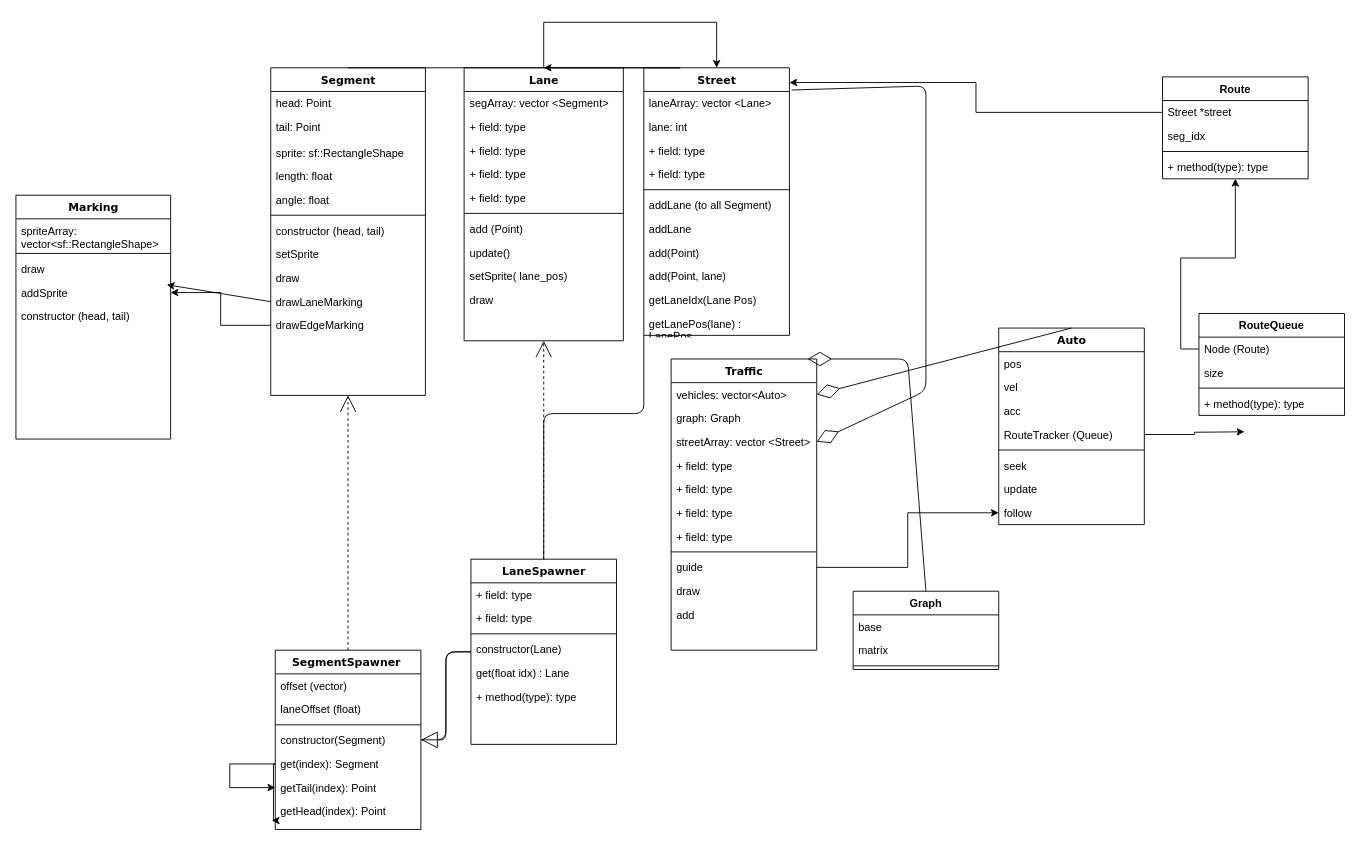
doubletran/Traffic-Simulation keeps this draw.io diagram as diagram.drawio. Above is the earlier version. Source tidied: cells renumbered, new cells numbered last; positions are measured from the earlier drawing's top-left corner, leaving out a move shared by most shapes. Both pictures are drawn from the tidied source at 91%, with x=0, y=0 at pixel (15, 22).
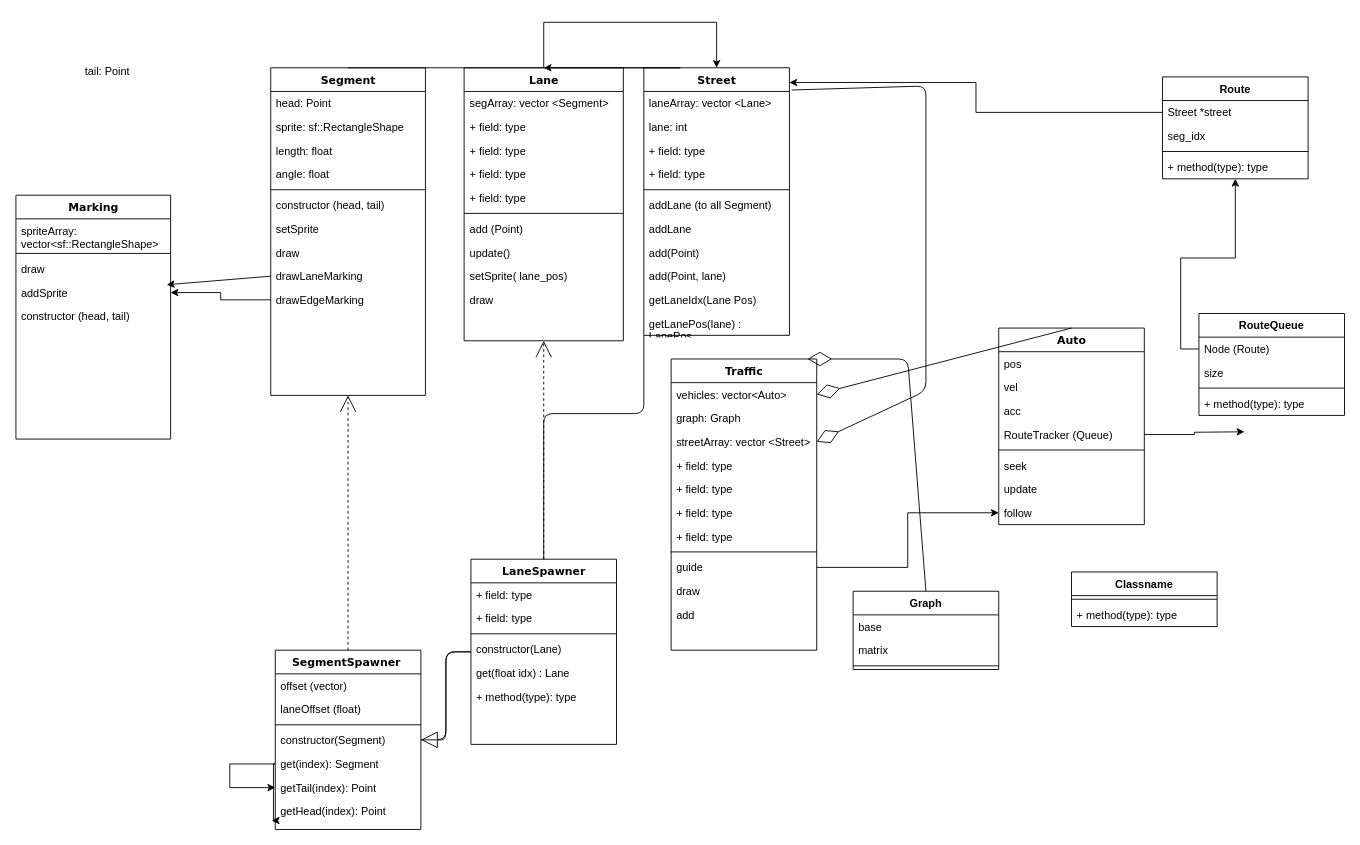
Above is the later version.

Unchanged cells that the change refers to:
```xml
<mxCell id="3" value="Segment" style="swimlane;html=1;fontStyle=1;align=center;verticalAlign=top;horizontal=1;startSize=26;swimlaneFillColor=#ffffff;rounded=0;shadow=0;comic=0;labelBackgroundColor=none;strokeWidth=1;fillColor=none;fontFamily=Verdana;fontSize=12;" parent="1" vertex="1">
  <mxGeometry x="280" y="50" width="170" height="360" as="geometry" />
</mxCell>
```

The edit, as a diff of the source:
```diff
@@
-    <mxCell id="5" value="tail: Point" style="text;html=1;strokeColor=none;fillColor=none;align=left;verticalAlign=top;spacingLeft=4;spacingRight=4;whiteSpace=wrap;overflow=hidden;" parent="3" vertex="1">
-      <mxGeometry y="52" width="170" height="28" as="geometry" />
-    </mxCell>
     <mxCell id="6" value="sprite: sf::RectangleShape" style="text;html=1;strokeColor=none;fillColor=none;align=left;verticalAlign=top;spacingLeft=4;spacingRight=4;whiteSpace=wrap;overflow=hidden;" parent="3" vertex="1">
-      <mxGeometry y="80" width="170" height="26" as="geometry" />
+      <mxGeometry y="52" width="170" height="26" as="geometry" />
     </mxCell>
     <mxCell id="7" value="length: float&amp;nbsp;" style="text;html=1;strokeColor=none;fillColor=none;align=left;verticalAlign=top;spacingLeft=4;spacingRight=4;whiteSpace=wrap;overflow=hidden;" parent="3" vertex="1">
-      <mxGeometry y="106" width="170" height="26" as="geometry" />
+      <mxGeometry y="78" width="170" height="26" as="geometry" />
     </mxCell>
     <mxCell id="8" value="angle: float" style="text;html=1;strokeColor=none;fillColor=none;align=left;verticalAlign=top;spacingLeft=4;spacingRight=4;whiteSpace=wrap;overflow=hidden;" parent="3" vertex="1">
-      <mxGeometry y="132" width="170" height="26" as="geometry" />
+      <mxGeometry y="104" width="170" height="26" as="geometry" />
     </mxCell>
     <mxCell id="9" style="line;html=1;strokeWidth=1;fillColor=none;align=left;verticalAlign=middle;spacingTop=-1;spacingLeft=3;spacingRight=3;labelPosition=right;" parent="3" vertex="1">
-      <mxGeometry y="158" width="170" height="8" as="geometry" />
+      <mxGeometry y="130" width="170" height="8" as="geometry" />
     </mxCell>
     <mxCell id="10" value="constructor (head, tail)" style="text;html=1;strokeColor=none;fillColor=none;align=left;verticalAlign=top;spacingLeft=4;spacingRight=4;whiteSpace=wrap;overflow=hidden;" parent="3" vertex="1">
-      <mxGeometry y="166" width="170" height="26" as="geometry" />
+      <mxGeometry y="138" width="170" height="26" as="geometry" />
     </mxCell>
     <mxCell id="11" value="setSprite" style="text;html=1;strokeColor=none;fillColor=none;align=left;verticalAlign=top;spacingLeft=4;spacingRight=4;whiteSpace=wrap;overflow=hidden;" parent="3" vertex="1">
-      <mxGeometry y="192" width="170" height="26" as="geometry" />
+      <mxGeometry y="164" width="170" height="26" as="geometry" />
     </mxCell>
     <mxCell id="12" value="draw" style="text;html=1;strokeColor=none;fillColor=none;align=left;verticalAlign=top;spacingLeft=4;spacingRight=4;whiteSpace=wrap;overflow=hidden;" parent="3" vertex="1">
-      <mxGeometry y="218" width="170" height="26" as="geometry" />
+      <mxGeometry y="190" width="170" height="26" as="geometry" />
     </mxCell>
     <mxCell id="13" value="drawLaneMarking" style="text;html=1;strokeColor=none;fillColor=none;align=left;verticalAlign=top;spacingLeft=4;spacingRight=4;whiteSpace=wrap;overflow=hidden;points=[[0,0.5],[1,0.5]];portConstraint=eastwest;" parent="3" vertex="1">
-      <mxGeometry y="244" width="170" height="26" as="geometry" />
+      <mxGeometry y="216" width="170" height="26" as="geometry" />
     </mxCell>
     <mxCell id="14" value="drawEdgeMarking" style="text;html=1;strokeColor=none;fillColor=none;align=left;verticalAlign=top;spacingLeft=4;spacingRight=4;whiteSpace=wrap;overflow=hidden;points=[[0,0.5],[1,0.5]];portConstraint=eastwest;" parent="3" vertex="1">
-      <mxGeometry y="270" width="170" height="26" as="geometry" />
+      <mxGeometry y="242" width="170" height="26" as="geometry" />
     </mxCell>
@@
+    <mxCell id="5" value="tail: Point" style="text;html=1;strokeColor=none;fillColor=none;align=left;verticalAlign=top;spacingLeft=4;spacingRight=4;whiteSpace=wrap;overflow=hidden;" parent="1" vertex="1">
+      <mxGeometry x="70" y="40" width="170" height="28" as="geometry" />
+    </mxCell>
+    <mxCell id="112" value="Classname" style="swimlane;fontStyle=1;align=center;verticalAlign=top;horizontal=1;startSize=26;" parent="1" vertex="1">
+      <mxGeometry x="1160" y="604" width="160" height="60" as="geometry" />
+    </mxCell>
+    <mxCell id="113" style="line;strokeWidth=1;fillColor=none;align=left;verticalAlign=middle;spacingTop=-1;spacingLeft=3;spacingRight=3;labelPosition=right;" parent="112" vertex="1">
+      <mxGeometry y="26" width="160" height="8" as="geometry" />
+    </mxCell>
+    <mxCell id="114" value="+ method(type): type" style="text;strokeColor=none;fillColor=none;align=left;verticalAlign=top;spacingLeft=4;spacingRight=4;overflow=hidden;" parent="112" vertex="1">
+      <mxGeometry y="34" width="160" height="26" as="geometry" />
+    </mxCell>
```
